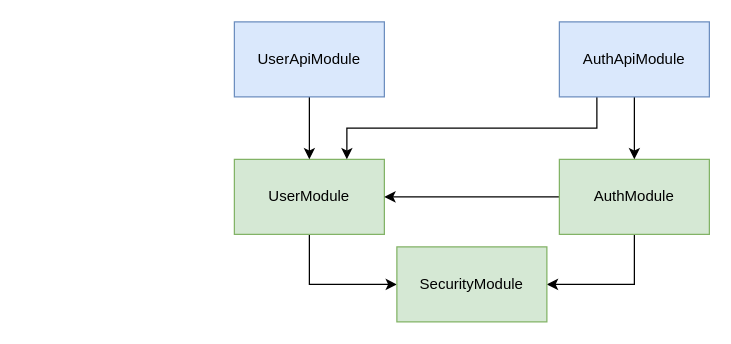
This is doc/dependency_graph.drawio from Ninjeneer/passmoilgoss, a draw.io file, before an edit. Source tidied: cells renumbered, new cells numbered last; positions are measured from the earlier drawing's top-left corner, leaving out a move shared by most shapes. Both pictures are drawn from the tidied source at 125%, with x=0, y=0 at pixel (234, 21).
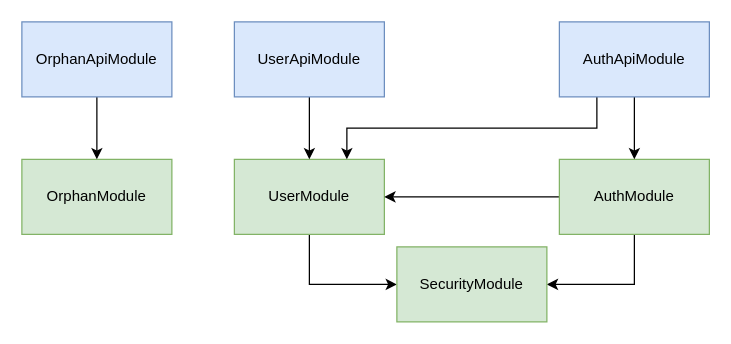
Above is the later version.

What changed in the source:
```diff
@@
 <mxGraphModel>
   <root>
     <mxCell id="0" />
     <mxCell id="1" parent="0" />
     <mxCell id="2" style="edgeStyle=orthogonalEdgeStyle;rounded=0;jettySize=auto;html=1;exitX=0.5;exitY=1;exitDx=0;exitDy=0;entryX=0;entryY=0.5;entryDx=0;entryDy=0;" parent="1" edge="1" source="3" target="12">
       <mxGeometry relative="1" as="geometry" />
     </mxCell>
     <mxCell id="3" value="UserModule" style="rounded=0;whiteSpace=wrap;html=1;fillColor=#d5e8d4;strokeColor=#82b366;" parent="1" vertex="1">
       <mxGeometry y="110" width="120" height="60" as="geometry" />
     </mxCell>
     <mxCell id="4" style="edgeStyle=orthogonalEdgeStyle;rounded=0;jettySize=auto;html=1;exitX=0;exitY=0.5;exitDx=0;exitDy=0;" parent="1" edge="1" source="6" target="3">
       <mxGeometry relative="1" as="geometry" />
     </mxCell>
     <mxCell id="5" style="edgeStyle=orthogonalEdgeStyle;rounded=0;jettySize=auto;html=1;exitX=0.5;exitY=1;exitDx=0;exitDy=0;entryX=1;entryY=0.5;entryDx=0;entryDy=0;" parent="1" edge="1" source="6" target="12">
       <mxGeometry relative="1" as="geometry" />
     </mxCell>
     <mxCell id="6" value="AuthModule" style="rounded=0;whiteSpace=wrap;html=1;fillColor=#d5e8d4;strokeColor=#82b366;" parent="1" vertex="1">
       <mxGeometry x="260" y="110" width="120" height="60" as="geometry" />
     </mxCell>
     <mxCell id="7" style="edgeStyle=orthogonalEdgeStyle;rounded=0;jettySize=auto;html=1;exitX=0.5;exitY=1;exitDx=0;exitDy=0;entryX=0.5;entryY=0;entryDx=0;entryDy=0;" parent="1" edge="1" source="8" target="3">
       <mxGeometry relative="1" as="geometry" />
     </mxCell>
     <mxCell id="8" value="UserApiModule" style="rounded=0;whiteSpace=wrap;html=1;fillColor=#dae8fc;strokeColor=#6c8ebf;" parent="1" vertex="1">
       <mxGeometry width="120" height="60" as="geometry" />
     </mxCell>
     <mxCell id="9" style="edgeStyle=orthogonalEdgeStyle;rounded=0;jettySize=auto;html=1;exitX=0.5;exitY=1;exitDx=0;exitDy=0;entryX=0.5;entryY=0;entryDx=0;entryDy=0;" parent="1" edge="1" source="11" target="6">
       <mxGeometry relative="1" as="geometry" />
     </mxCell>
     <mxCell id="10" style="edgeStyle=orthogonalEdgeStyle;rounded=0;jettySize=auto;html=1;exitX=0.25;exitY=1;exitDx=0;exitDy=0;entryX=0.75;entryY=0;entryDx=0;entryDy=0;" parent="1" edge="1" source="11" target="3">
       <mxGeometry relative="1" as="geometry" />
     </mxCell>
     <mxCell id="11" value="AuthApiModule" style="rounded=0;whiteSpace=wrap;html=1;fillColor=#dae8fc;strokeColor=#6c8ebf;" parent="1" vertex="1">
       <mxGeometry x="260" width="120" height="60" as="geometry" />
     </mxCell>
     <mxCell id="12" value="SecurityModule" style="rounded=0;whiteSpace=wrap;html=1;fillColor=#d5e8d4;strokeColor=#82b366;" parent="1" vertex="1">
       <mxGeometry x="130" y="180" width="120" height="60" as="geometry" />
     </mxCell>
+    <mxCell id="13" value="OrphanModule" style="rounded=0;whiteSpace=wrap;html=1;fillColor=#d5e8d4;strokeColor=#82b366;" parent="1" vertex="1">
+      <mxGeometry x="-170" y="110" width="120" height="60" as="geometry" />
+    </mxCell>
+    <mxCell id="14" style="edgeStyle=orthogonalEdgeStyle;rounded=0;jettySize=auto;html=1;exitX=0.5;exitY=1;exitDx=0;exitDy=0;entryX=0.5;entryY=0;entryDx=0;entryDy=0;" parent="1" edge="1" source="15" target="13">
+      <mxGeometry relative="1" as="geometry" />
+    </mxCell>
+    <mxCell id="15" value="OrphanApiModule" style="rounded=0;whiteSpace=wrap;html=1;fillColor=#dae8fc;strokeColor=#6c8ebf;" parent="1" vertex="1">
+      <mxGeometry x="-170" width="120" height="60" as="geometry" />
+    </mxCell>
   </root>
 </mxGraphModel>
```
